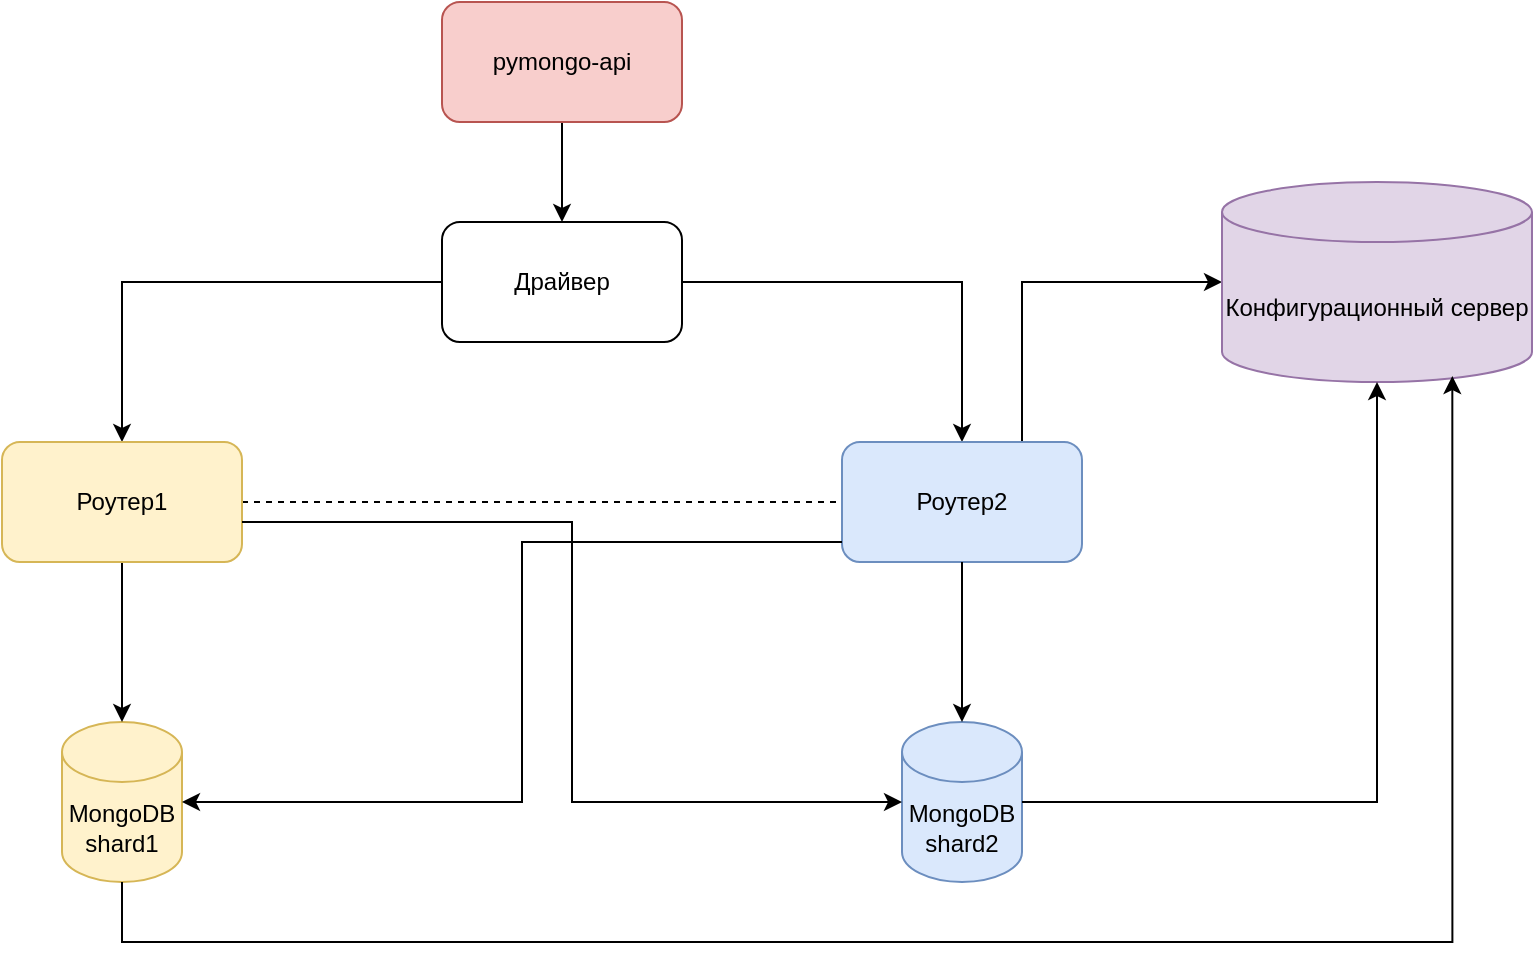
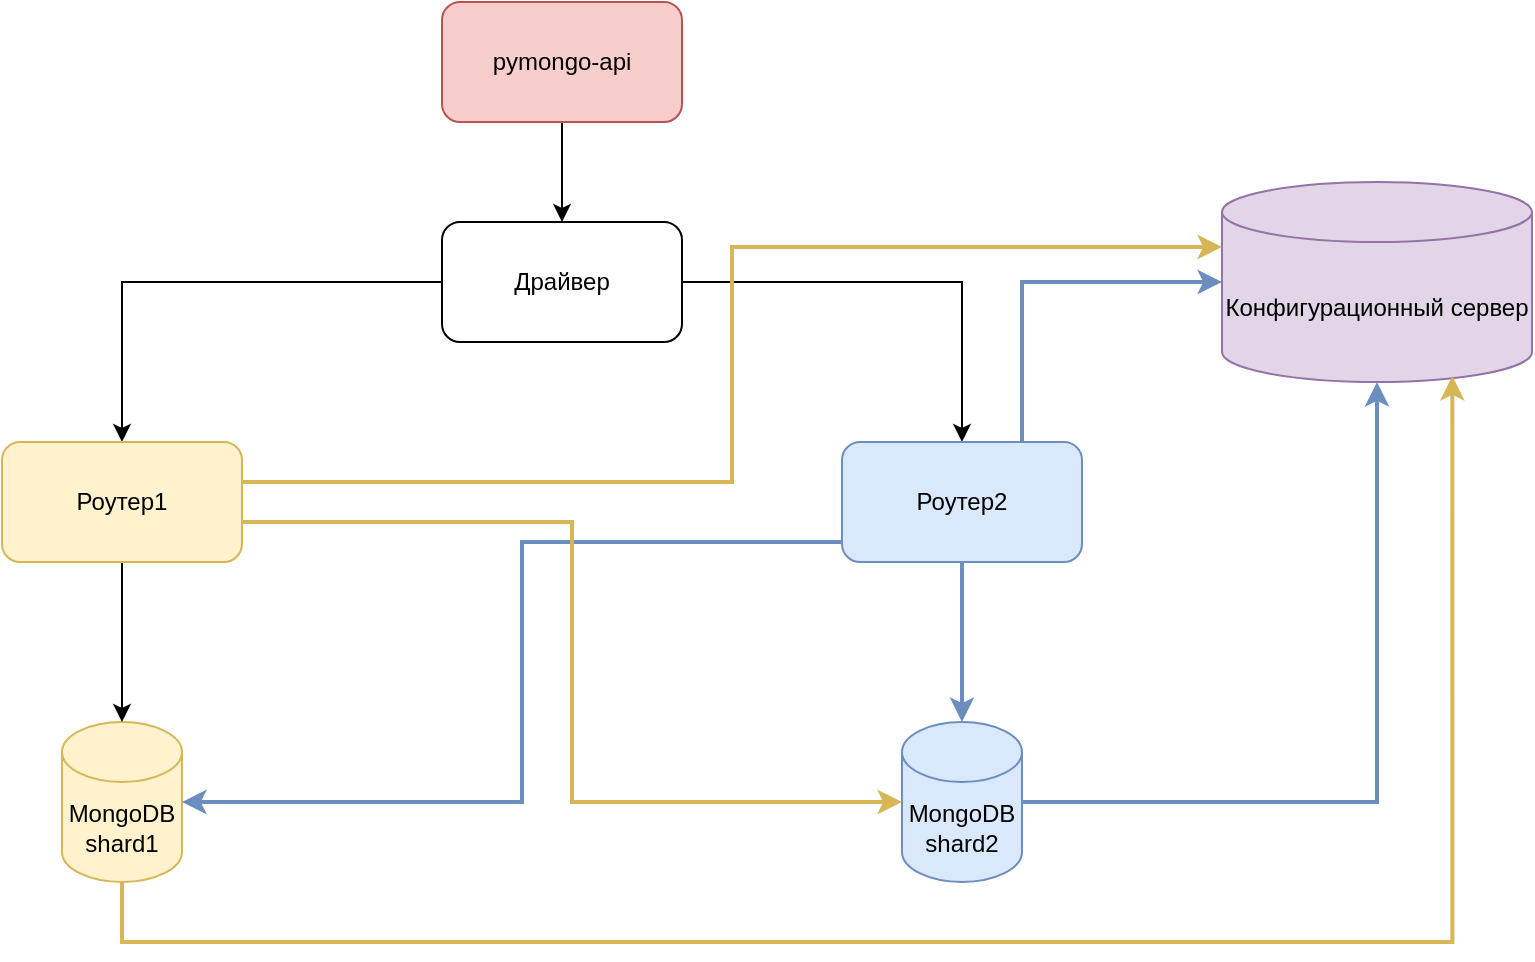
<mxfile host="app.diagrams.net" agent="Mozilla/5.0 (Macintosh; Intel Mac OS X 10_15_7) AppleWebKit/537.36 (KHTML, like Gecko) draw.io/24.6.4 Chrome/124.0.6367.207 Electron/30.0.6 Safari/537.36">
  <diagram name="Page-1" id="-H_mtQnk-PTXWXPvYvuk">
    <mxGraphModel dx="1030" dy="562" grid="1" gridSize="10" guides="1" tooltips="1" connect="1" arrows="1" fold="1" page="1" pageScale="1" pageWidth="1169" pageHeight="827" math="0" shadow="0">
      <root>
        <mxCell id="0" />
        <mxCell id="1" parent="0" />
        <mxCell id="zA23MoTUsTF4_91t8viU-2" parent="1" style="shape=cylinder3;whiteSpace=wrap;html=1;boundedLbl=1;backgroundOutline=1;size=15;fillColor=#fff2cc;strokeColor=#d6b656;" value="MongoDB&lt;br&gt;shard1" vertex="1">
          <mxGeometry height="80" width="60" x="150" y="470" as="geometry" />
        </mxCell>
        <mxCell id="JA4CdrQExTbod57CP28f-2" edge="1" parent="1" source="zA23MoTUsTF4_91t8viU-3" style="edgeStyle=orthogonalEdgeStyle;rounded=0;orthogonalLoop=1;jettySize=auto;html=1;" target="JA4CdrQExTbod57CP28f-1" value="">
          <mxGeometry relative="1" as="geometry" />
        </mxCell>
        <mxCell id="zA23MoTUsTF4_91t8viU-3" parent="1" style="rounded=1;whiteSpace=wrap;html=1;fillColor=#f8cecc;strokeColor=#b85450;" value="pymongo-api" vertex="1">
          <mxGeometry height="60" width="120" x="340" y="110" as="geometry" />
        </mxCell>
        <mxCell id="JA4CdrQExTbod57CP28f-4" edge="1" parent="1" source="JA4CdrQExTbod57CP28f-1" style="edgeStyle=orthogonalEdgeStyle;rounded=0;orthogonalLoop=1;jettySize=auto;html=1;" target="JA4CdrQExTbod57CP28f-3" value="">
          <mxGeometry relative="1" as="geometry" />
        </mxCell>
        <mxCell id="JA4CdrQExTbod57CP28f-10" edge="1" parent="1" source="JA4CdrQExTbod57CP28f-1" style="edgeStyle=orthogonalEdgeStyle;rounded=0;orthogonalLoop=1;jettySize=auto;html=1;" target="JA4CdrQExTbod57CP28f-7">
          <mxGeometry relative="1" as="geometry" />
        </mxCell>
        <mxCell id="JA4CdrQExTbod57CP28f-1" parent="1" style="whiteSpace=wrap;html=1;rounded=1;rotation=0;" value="Драйвер" vertex="1">
          <mxGeometry height="60" width="120" x="340" y="220" as="geometry" />
        </mxCell>
        <mxCell id="JA4CdrQExTbod57CP28f-15" edge="1" parent="1" source="JA4CdrQExTbod57CP28f-3" style="edgeStyle=orthogonalEdgeStyle;rounded=0;orthogonalLoop=1;jettySize=auto;html=1;" target="zA23MoTUsTF4_91t8viU-2">
          <mxGeometry relative="1" as="geometry" />
        </mxCell>
-         <mxCell id="JA4CdrQExTbod57CP28f-18" edge="1" parent="1" source="JA4CdrQExTbod57CP28f-3" style="edgeStyle=orthogonalEdgeStyle;rounded=0;orthogonalLoop=1;jettySize=auto;html=1;dashed=1;endArrow=none;endFill=0;" target="JA4CdrQExTbod57CP28f-7">
-           <mxGeometry relative="1" as="geometry" />
-         </mxCell>
        <mxCell id="JA4CdrQExTbod57CP28f-3" parent="1" style="whiteSpace=wrap;html=1;rounded=1;fillColor=#fff2cc;strokeColor=#d6b656;" value="Роутер1" vertex="1">
          <mxGeometry height="60" width="120" x="120" y="330" as="geometry" />
        </mxCell>
-         <mxCell id="JA4CdrQExTbod57CP28f-12" edge="1" parent="1" source="JA4CdrQExTbod57CP28f-7" style="edgeStyle=orthogonalEdgeStyle;rounded=0;orthogonalLoop=1;jettySize=auto;html=1;" target="JA4CdrQExTbod57CP28f-11">
+         <mxCell id="JA4CdrQExTbod57CP28f-12" edge="1" parent="1" source="JA4CdrQExTbod57CP28f-7" style="edgeStyle=orthogonalEdgeStyle;rounded=0;orthogonalLoop=1;jettySize=auto;html=1;fillColor=#dae8fc;strokeColor=#6c8ebf;strokeWidth=2;" target="JA4CdrQExTbod57CP28f-11">
          <mxGeometry relative="1" as="geometry">
            <Array as="points">
              <mxPoint x="630" y="250" />
            </Array>
          </mxGeometry>
        </mxCell>
        <mxCell id="JA4CdrQExTbod57CP28f-7" parent="1" style="whiteSpace=wrap;html=1;rounded=1;fillColor=#dae8fc;strokeColor=#6c8ebf;" value="Роутер2" vertex="1">
          <mxGeometry height="60" width="120" x="540" y="330" as="geometry" />
        </mxCell>
        <mxCell id="JA4CdrQExTbod57CP28f-11" parent="1" style="shape=cylinder3;whiteSpace=wrap;html=1;boundedLbl=1;backgroundOutline=1;size=15;fillColor=#e1d5e7;strokeColor=#9673a6;" value="Конфигурационный сервер" vertex="1">
          <mxGeometry height="100" width="155" x="730" y="200" as="geometry" />
        </mxCell>
        <mxCell id="JA4CdrQExTbod57CP28f-13" parent="1" style="shape=cylinder3;whiteSpace=wrap;html=1;boundedLbl=1;backgroundOutline=1;size=15;fillColor=#dae8fc;strokeColor=#6c8ebf;" value="MongoDB&lt;br&gt;shard2" vertex="1">
          <mxGeometry height="80" width="60" x="570" y="470" as="geometry" />
        </mxCell>
-         <mxCell id="JA4CdrQExTbod57CP28f-14" edge="1" parent="1" source="JA4CdrQExTbod57CP28f-7" style="edgeStyle=orthogonalEdgeStyle;rounded=0;orthogonalLoop=1;jettySize=auto;html=1;" target="JA4CdrQExTbod57CP28f-13">
+         <mxCell id="JA4CdrQExTbod57CP28f-14" edge="1" parent="1" source="JA4CdrQExTbod57CP28f-7" style="edgeStyle=orthogonalEdgeStyle;rounded=0;orthogonalLoop=1;jettySize=auto;html=1;strokeWidth=2;fillColor=#dae8fc;strokeColor=#6c8ebf;" target="JA4CdrQExTbod57CP28f-13">
          <mxGeometry relative="1" as="geometry">
            <Array as="points" />
          </mxGeometry>
        </mxCell>
-         <mxCell id="JA4CdrQExTbod57CP28f-16" edge="1" parent="1" source="JA4CdrQExTbod57CP28f-13" style="edgeStyle=orthogonalEdgeStyle;rounded=0;orthogonalLoop=1;jettySize=auto;html=1;entryX=0.5;entryY=1;entryDx=0;entryDy=0;entryPerimeter=0;" target="JA4CdrQExTbod57CP28f-11">
+         <mxCell id="JA4CdrQExTbod57CP28f-16" edge="1" parent="1" source="JA4CdrQExTbod57CP28f-13" style="edgeStyle=orthogonalEdgeStyle;rounded=0;orthogonalLoop=1;jettySize=auto;html=1;entryX=0.5;entryY=1;entryDx=0;entryDy=0;entryPerimeter=0;strokeWidth=2;fillColor=#dae8fc;strokeColor=#6c8ebf;" target="JA4CdrQExTbod57CP28f-11">
          <mxGeometry relative="1" as="geometry" />
        </mxCell>
-         <mxCell id="JA4CdrQExTbod57CP28f-17" edge="1" parent="1" source="zA23MoTUsTF4_91t8viU-2" style="edgeStyle=orthogonalEdgeStyle;rounded=0;orthogonalLoop=1;jettySize=auto;html=1;entryX=0.743;entryY=0.97;entryDx=0;entryDy=0;entryPerimeter=0;" target="JA4CdrQExTbod57CP28f-11">
+         <mxCell id="JA4CdrQExTbod57CP28f-17" edge="1" parent="1" source="zA23MoTUsTF4_91t8viU-2" style="edgeStyle=orthogonalEdgeStyle;rounded=0;orthogonalLoop=1;jettySize=auto;html=1;entryX=0.743;entryY=0.97;entryDx=0;entryDy=0;entryPerimeter=0;fillColor=#fff2cc;strokeColor=#d6b656;strokeWidth=2;" target="JA4CdrQExTbod57CP28f-11">
          <mxGeometry relative="1" as="geometry">
            <Array as="points">
              <mxPoint x="180" y="580" />
              <mxPoint x="845" y="580" />
            </Array>
          </mxGeometry>
        </mxCell>
-         <mxCell id="Mv72-xZO2wlZINET7_lI-1" edge="1" parent="1" source="JA4CdrQExTbod57CP28f-7" style="edgeStyle=orthogonalEdgeStyle;rounded=0;orthogonalLoop=1;jettySize=auto;html=1;entryX=1;entryY=0.5;entryDx=0;entryDy=0;entryPerimeter=0;" target="zA23MoTUsTF4_91t8viU-2">
+         <mxCell id="Mv72-xZO2wlZINET7_lI-1" edge="1" parent="1" source="JA4CdrQExTbod57CP28f-7" style="edgeStyle=orthogonalEdgeStyle;rounded=0;orthogonalLoop=1;jettySize=auto;html=1;entryX=1;entryY=0.5;entryDx=0;entryDy=0;entryPerimeter=0;fillColor=#dae8fc;strokeColor=#6c8ebf;strokeWidth=2;" target="zA23MoTUsTF4_91t8viU-2">
          <mxGeometry relative="1" as="geometry">
            <Array as="points">
              <mxPoint x="380" y="380" />
              <mxPoint x="380" y="510" />
            </Array>
          </mxGeometry>
        </mxCell>
-         <mxCell id="Mv72-xZO2wlZINET7_lI-2" edge="1" parent="1" source="JA4CdrQExTbod57CP28f-3" style="edgeStyle=orthogonalEdgeStyle;rounded=0;orthogonalLoop=1;jettySize=auto;html=1;entryX=0;entryY=0.5;entryDx=0;entryDy=0;entryPerimeter=0;" target="JA4CdrQExTbod57CP28f-13">
+         <mxCell id="Mv72-xZO2wlZINET7_lI-2" edge="1" parent="1" source="JA4CdrQExTbod57CP28f-3" style="edgeStyle=orthogonalEdgeStyle;rounded=0;orthogonalLoop=1;jettySize=auto;html=1;entryX=0;entryY=0.5;entryDx=0;entryDy=0;entryPerimeter=0;fillColor=#fff2cc;strokeColor=#d6b656;strokeWidth=2;" target="JA4CdrQExTbod57CP28f-13">
          <mxGeometry relative="1" as="geometry">
            <Array as="points">
              <mxPoint x="405" y="370" />
              <mxPoint x="405" y="510" />
            </Array>
          </mxGeometry>
        </mxCell>
+         <mxCell id="k5Ex4OhoB2A_XQT-p10c-1" edge="1" parent="1" source="JA4CdrQExTbod57CP28f-3" style="edgeStyle=orthogonalEdgeStyle;rounded=0;orthogonalLoop=1;jettySize=auto;html=1;entryX=0;entryY=0;entryDx=0;entryDy=32.5;entryPerimeter=0;fillColor=#fff2cc;strokeColor=#d6b656;strokeWidth=2;" target="JA4CdrQExTbod57CP28f-11">
+           <mxGeometry relative="1" as="geometry">
+             <Array as="points">
+               <mxPoint x="485" y="350" />
+               <mxPoint x="485" y="233" />
+             </Array>
+           </mxGeometry>
+         </mxCell>
      </root>
    </mxGraphModel>
  </diagram>
</mxfile>
